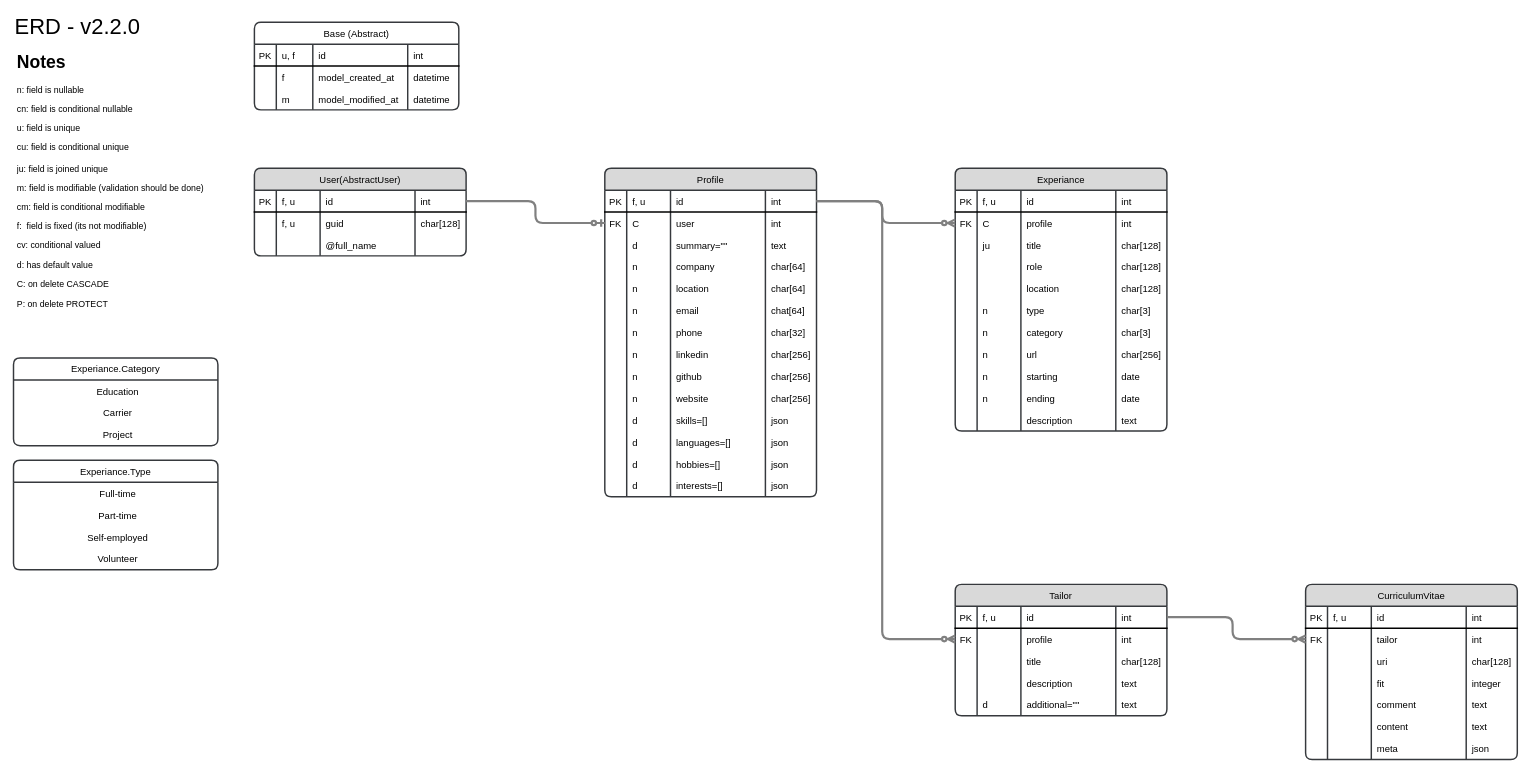
This is docs/ERD.drawio from TailorVitAI/backend, a draw.io file, before an edit. Source tidied: cells renumbered, new cells numbered last; positions are measured from the earlier drawing's top-left corner, leaving out a move shared by most shapes. Both pictures are drawn from the tidied source at 73%, with x=0, y=0 at pixel (13, 15).
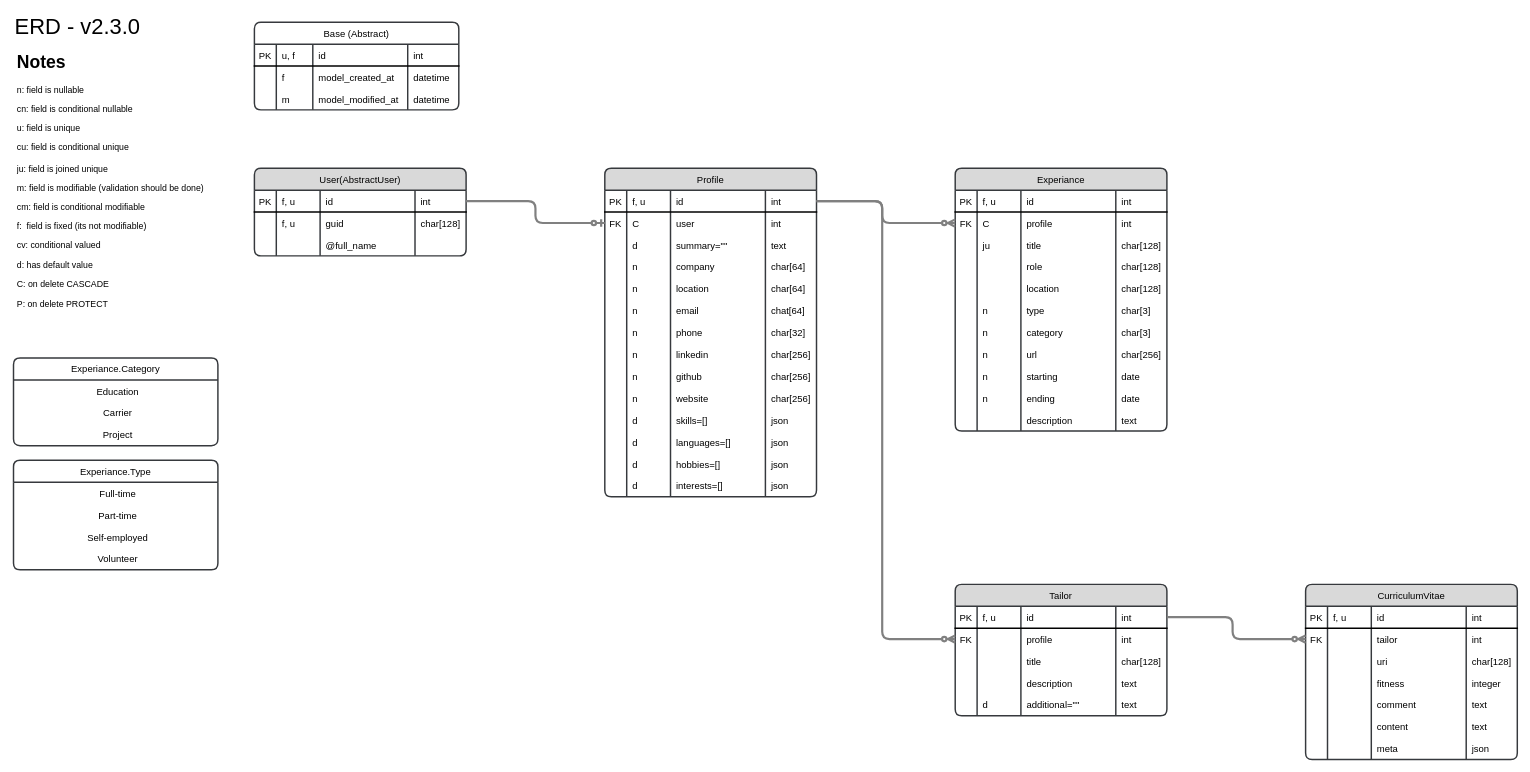
The same page after the edit.

Unchanged cells that the change refers to:
```xml
<mxCell id="224" style="shape=tableRow;horizontal=0;startSize=0;swimlaneHead=0;swimlaneBody=0;fillColor=none;top=0;left=0;right=0;bottom=1;rounded=1;strokeWidth=2;fontStyle=0;fontFamily=Helvetica;fontSize=13;strokeColor=none;" parent="208" vertex="1">
  <mxGeometry y="120" width="290" height="30" as="geometry" />
</mxCell>
```

The edit, as a diff of the source:
```diff
@@
-    <mxCell id="18" value="&lt;font style=&quot;font-size: 30px;&quot;&gt;ERD - v2.2.0&lt;/font&gt;" style="text;html=1;strokeColor=none;fillColor=none;align=left;verticalAlign=middle;whiteSpace=wrap;rounded=0;" parent="1" vertex="1">
+    <mxCell id="18" value="&lt;font style=&quot;font-size: 30px;&quot;&gt;ERD - v2.3.0&lt;/font&gt;" style="text;html=1;strokeColor=none;fillColor=none;align=left;verticalAlign=middle;whiteSpace=wrap;rounded=0;" parent="1" vertex="1">
       <mxGeometry width="320" height="30" as="geometry" />
     </mxCell>
@@
-    <mxCell id="227" value="fit" style="shape=partialRectangle;fillColor=none;top=0;left=0;bottom=0;right=0;align=left;spacingLeft=6;fontStyle=0;overflow=hidden;rounded=1;strokeWidth=2;fontFamily=Helvetica;fontSize=13;" parent="224" vertex="1">
+    <mxCell id="227" value="fitness" style="shape=partialRectangle;fillColor=none;top=0;left=0;bottom=0;right=0;align=left;spacingLeft=6;fontStyle=0;overflow=hidden;rounded=1;strokeWidth=2;fontFamily=Helvetica;fontSize=13;" parent="224" vertex="1">
       <mxGeometry x="90" width="130" height="30" as="geometry" />
     </mxCell>
```
